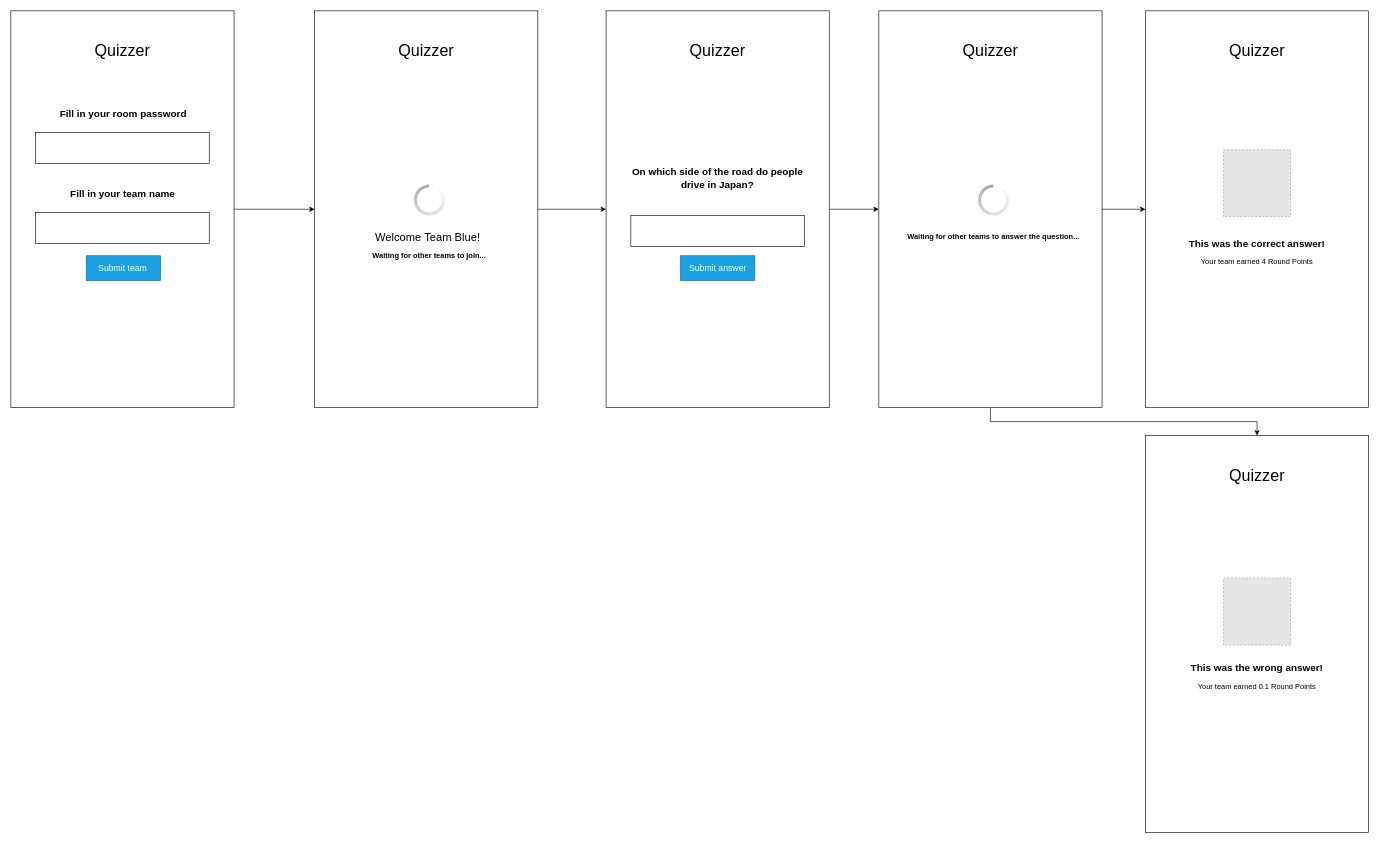
Above: page "Componenten" (3 of 3) of Ontwerpen/wireframes/teams.drawio in Kafune/sep2020-quizzer-steven-kachung (draw.io), before the change. Source tidied: cells renumbered, new cells numbered last; positions are measured from the earlier drawing's top-left corner, leaving out a move shared by most shapes. Both pictures are drawn from the tidied source at 62%, with x=0, y=0 at pixel (11, 11). Pictures stored in the file or linked from it are replaced by grey dashed boxes.
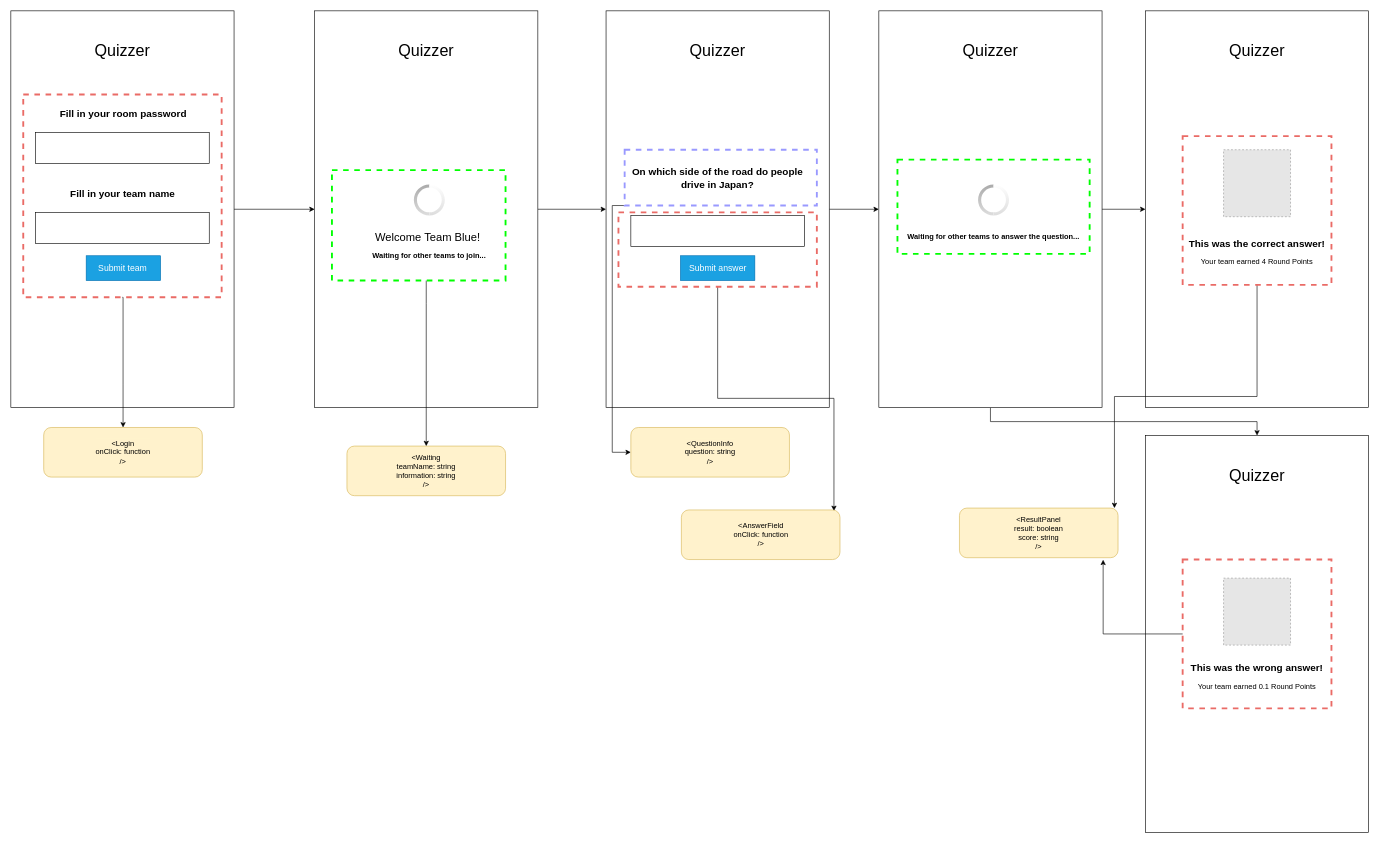
The same page after the edit.

Change to the diagram source:
```diff
@@
+    <mxCell id="40" style="edgeStyle=orthogonalEdgeStyle;rounded=0;jettySize=auto;html=1;exitX=0;exitY=1;exitDx=0;exitDy=0;" parent="1" edge="1" source="41" target="42">
+      <mxGeometry relative="1" as="geometry">
+        <Array as="points">
+          <mxPoint x="970" y="314" />
+          <mxPoint x="970" y="712" />
+        </Array>
+      </mxGeometry>
+    </mxCell>
+    <mxCell id="41" style="rounded=0;whiteSpace=wrap;html=1;dashed=1;strokeColor=#9999FF;strokeWidth=3;fillColor=none;" parent="1" vertex="1">
+      <mxGeometry x="990" y="224" width="310" height="90" as="geometry" />
+    </mxCell>
+    <mxCell id="42" value="&lt;span&gt;&amp;lt;QuestionInfo&lt;br&gt;question: string&lt;br&gt;/&amp;gt;&lt;br&gt;&lt;/span&gt;" style="shape=ext;rounded=1;html=1;whiteSpace=wrap;labelBackgroundColor=#FFF2CC;fillColor=#fff2cc;strokeColor=#d6b656;" parent="1" vertex="1">
+      <mxGeometry x="1000" y="672" width="255.8" height="80" as="geometry" />
+    </mxCell>
+    <mxCell id="43" style="edgeStyle=orthogonalEdgeStyle;rounded=0;jettySize=auto;html=1;exitX=0.5;exitY=1;exitDx=0;exitDy=0;" parent="1" edge="1" source="44" target="56">
+      <mxGeometry relative="1" as="geometry">
+        <Array as="points">
+          <mxPoint x="181" y="602" />
+          <mxPoint x="181" y="602" />
+        </Array>
+      </mxGeometry>
+    </mxCell>
+    <mxCell id="44" style="rounded=0;whiteSpace=wrap;html=1;dashed=1;strokeWidth=3;fillColor=none;strokeColor=#EA6B66;" parent="1" vertex="1">
+      <mxGeometry x="20" y="135" width="320" height="327" as="geometry" />
+    </mxCell>
+    <mxCell id="45" style="edgeStyle=orthogonalEdgeStyle;rounded=0;jettySize=auto;html=1;exitX=0.5;exitY=1;exitDx=0;exitDy=0;" parent="1" edge="1" source="46" target="49">
+      <mxGeometry relative="1" as="geometry">
+        <Array as="points">
+          <mxPoint x="2010" y="622" />
+          <mxPoint x="1780" y="622" />
+        </Array>
+      </mxGeometry>
+    </mxCell>
+    <mxCell id="46" style="rounded=0;whiteSpace=wrap;html=1;dashed=1;strokeColor=#EA6B66;strokeWidth=3;fillColor=none;" parent="1" vertex="1">
+      <mxGeometry x="1890" y="202" width="240" height="240" as="geometry" />
+    </mxCell>
+    <mxCell id="47" style="edgeStyle=orthogonalEdgeStyle;rounded=0;jettySize=auto;html=1;entryX=0.906;entryY=1.041;entryDx=0;entryDy=0;entryPerimeter=0;" parent="1" edge="1" source="48" target="49">
+      <mxGeometry relative="1" as="geometry" />
+    </mxCell>
+    <mxCell id="48" style="rounded=0;whiteSpace=wrap;html=1;dashed=1;strokeColor=#EA6B66;strokeWidth=3;fillColor=none;" parent="1" vertex="1">
+      <mxGeometry x="1890" y="885" width="240" height="240" as="geometry" />
+    </mxCell>
+    <mxCell id="49" value="&lt;span&gt;&amp;lt;ResultPanel&lt;br&gt;result: boolean&lt;br&gt;score: string&lt;br&gt;/&amp;gt;&lt;br&gt;&lt;/span&gt;" style="shape=ext;rounded=1;html=1;whiteSpace=wrap;labelBackgroundColor=#FFF2CC;fillColor=#fff2cc;strokeColor=#d6b656;" parent="1" vertex="1">
+      <mxGeometry x="1530" y="802" width="255.8" height="80" as="geometry" />
+    </mxCell>
+    <mxCell id="50" style="rounded=0;whiteSpace=wrap;html=1;dashed=1;strokeWidth=3;fillColor=none;strokeColor=#00FF00;" parent="1" vertex="1">
+      <mxGeometry x="1430" y="240" width="310" height="152" as="geometry" />
+    </mxCell>
+    <mxCell id="51" value="&lt;span&gt;&amp;lt;Waiting&lt;br&gt;teamName: string&lt;br&gt;information: string&lt;br&gt;/&amp;gt;&lt;br&gt;&lt;/span&gt;" style="shape=ext;rounded=1;html=1;whiteSpace=wrap;labelBackgroundColor=#FFF2CC;fillColor=#fff2cc;strokeColor=#d6b656;" parent="1" vertex="1">
+      <mxGeometry x="542.1" y="702" width="255.8" height="80" as="geometry" />
+    </mxCell>
+    <mxCell id="52" style="edgeStyle=orthogonalEdgeStyle;rounded=0;jettySize=auto;html=1;exitX=0.5;exitY=1;exitDx=0;exitDy=0;entryX=0.962;entryY=0.021;entryDx=0;entryDy=0;entryPerimeter=0;" parent="1" edge="1" source="53" target="57">
+      <mxGeometry relative="1" as="geometry" />
+    </mxCell>
+    <mxCell id="53" style="rounded=0;whiteSpace=wrap;html=1;dashed=1;strokeWidth=3;fillColor=none;strokeColor=#EA6B66;" parent="1" vertex="1">
+      <mxGeometry x="980" y="325" width="320" height="120" as="geometry" />
+    </mxCell>
+    <mxCell id="54" style="edgeStyle=orthogonalEdgeStyle;rounded=0;jettySize=auto;html=1;" parent="1" edge="1" source="55" target="51">
+      <mxGeometry relative="1" as="geometry">
+        <Array as="points">
+          <mxPoint x="670" y="472" />
+          <mxPoint x="670" y="472" />
+        </Array>
+      </mxGeometry>
+    </mxCell>
+    <mxCell id="55" style="rounded=0;whiteSpace=wrap;html=1;dashed=1;strokeWidth=3;fillColor=none;strokeColor=#00FF00;" parent="1" vertex="1">
+      <mxGeometry x="517.9" y="257" width="280" height="178" as="geometry" />
+    </mxCell>
+    <mxCell id="56" value="&lt;span&gt;&amp;lt;Login&lt;br&gt;onClick: function&lt;br&gt;/&amp;gt;&lt;br&gt;&lt;/span&gt;" style="shape=ext;rounded=1;html=1;whiteSpace=wrap;labelBackgroundColor=#FFF2CC;fillColor=#fff2cc;strokeColor=#d6b656;" parent="1" vertex="1">
+      <mxGeometry x="53" y="672" width="255.8" height="80" as="geometry" />
+    </mxCell>
+    <mxCell id="57" value="&lt;span&gt;&amp;lt;AnswerField&lt;br&gt;onClick: function&lt;br&gt;/&amp;gt;&lt;br&gt;&lt;/span&gt;" style="shape=ext;rounded=1;html=1;whiteSpace=wrap;labelBackgroundColor=#FFF2CC;fillColor=#fff2cc;strokeColor=#d6b656;" parent="1" vertex="1">
+      <mxGeometry x="1081.5" y="805" width="255.8" height="80" as="geometry" />
+    </mxCell>
```
